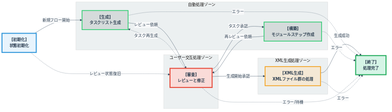
Earlier version of the Mermaid export docs/sas_langgraph_overview_ja_simplified.png (yyren7/visual_workflow_editor). Its source is kept beside it as docs/sas_langgraph_overview_ja_simplified.mmd. Its diagram source:
```mermaid
%%{init: {
  'theme': 'base',
  'themeVariables': {
    'primaryColor': '#E8F4FD',
    'primaryTextColor': '#2C3E50',
    'primaryBorderColor': '#3498DB',
    'lineColor': '#34495E',
    'secondaryColor': '#F8F9FA',
    'tertiaryColor': '#ECF0F1',
    'background': '#FFFFFF',
    'mainBkg': '#E8F4FD',
    'secondBkg': '#D5DBDB',
    'tertiaryBkg': '#FADBD8'
  }
}}%%

flowchart LR
    A["`**[初期化]**<br/>状態初期化`"]
    J["`**[終了]**<br/>処理完了`"]

    subgraph "自動処理ゾーン"
        direction TB
        B["`**[生成]**<br/>タスクリスト生成`"]
        D["`**[構築]**<br/>モジュールステップ作成`"]
    end

    subgraph "ユーザー交互処理ゾーン"
        direction TB
        C["`**[審査]**<br/>レビューと修正`"]
    end

    subgraph "XML生成処理ゾーン"
        direction TB
        XML_GEN["`**[XML生成]**<br/>XMLファイル群の処理`"]
    end

    A -- "新規フロー開始" --> B
    B -- "レビュー依頼" --> C
    C -- "タスク承認" --> D
    D -- "再レビュー依頼" --> C
    C -- "生成開始承認" --> XML_GEN
    XML_GEN -- "生成成功" --> J

    A -. "レビュー状態復旧" .-> C
    C -. "タスク再生成" .-> B

    B -.->|"エラー"| J
    D -.->|"エラー"| J
    C -.->|"エラー/待機"| J
    XML_GEN -.->|"エラー"| J

    classDef initNode fill:#E8F4FD,stroke:#3498DB,stroke-width:4px,color:#2C3E50,font-weight:bold;
    classDef processNode fill:#D5DBDB,stroke:#2ECC71,stroke-width:3px,color:#2C3E50,font-weight:bold;
    classDef reviewNode fill:#FADBD8,stroke:#E74C3C,stroke-width:4px,color:#2C3E50,font-weight:bold;
    classDef xmlNode fill:#F4E8D5,stroke:#F39C12,stroke-width:3px,color:#2C3E50,font-weight:bold;
    classDef endNode fill:#D5F4E6,stroke:#27AE60,stroke-width:4px,color:#2C3E50,font-weight:bold;

    class A initNode;
    class B,D processNode;
    class C reviewNode;
    class XML_GEN xmlNode;
    class J endNode;
```
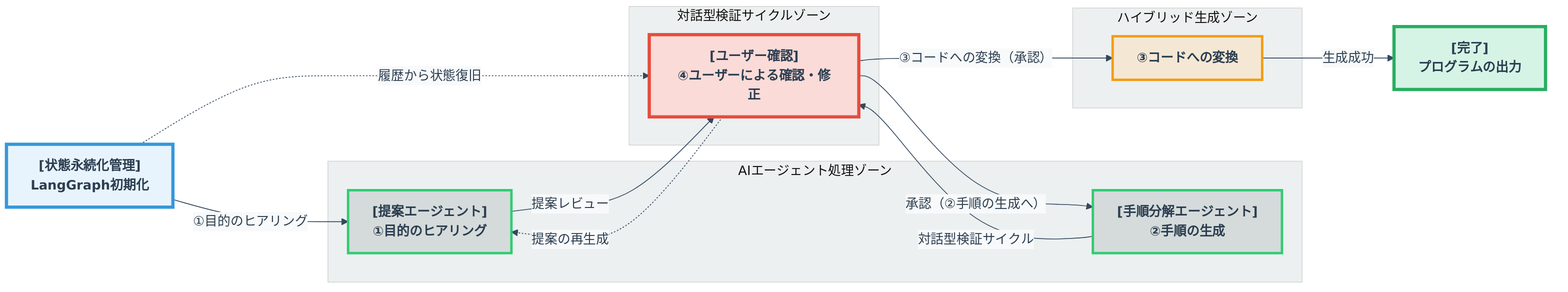
After the commit.

The edit, as a diff of the source:
```diff
@@ -15,39 +15,34 @@
 }}%%
 
 flowchart LR
-    A["`**[初期化]**<br/>状態初期化`"]
-    J["`**[終了]**<br/>処理完了`"]
+    A["`**[状態永続化管理]<br/>LangGraph初期化**`"]
+    J["`**[完了]**<br/>プログラムの出力`"]
 
-    subgraph "自動処理ゾーン"
+    subgraph "AIエージェント処理ゾーン"
         direction TB
-        B["`**[生成]**<br/>タスクリスト生成`"]
-        D["`**[構築]**<br/>モジュールステップ作成`"]
+        B["`**[提案エージェント]**<br/>①目的のヒアリング`"]
+        D["`**[手順分解エージェント]**<br/>②手順の生成`"]
     end
 
-    subgraph "ユーザー交互処理ゾーン"
+    subgraph "対話型検証サイクルゾーン"
         direction TB
-        C["`**[審査]**<br/>レビューと修正`"]
+        C["`**[ユーザー確認]**<br/>④ユーザーによる確認・修正`"]
     end
 
-    subgraph "XML生成処理ゾーン"
+    subgraph "ハイブリッド生成ゾーン"
         direction TB
-        XML_GEN["`**[XML生成]**<br/>XMLファイル群の処理`"]
+        XML_GEN["`③コードへの変換`"]
     end
 
-    A -- "新規フロー開始" --> B
-    B -- "レビュー依頼" --> C
-    C -- "タスク承認" --> D
-    D -- "再レビュー依頼" --> C
-    C -- "生成開始承認" --> XML_GEN
+    A -- "①目的のヒアリング" --> B
+    B -- "提案レビュー" --> C
+    C -- "承認（②手順の生成へ）" --> D
+    D -- "対話型検証サイクル" --> C
+    C -- "③コードへの変換（承認）" --> XML_GEN
     XML_GEN -- "生成成功" --> J
 
-    A -. "レビュー状態復旧" .-> C
-    C -. "タスク再生成" .-> B
-
-    B -.->|"エラー"| J
-    D -.->|"エラー"| J
-    C -.->|"エラー/待機"| J
-    XML_GEN -.->|"エラー"| J
+    A -. "履歴から状態復旧" .-> C
+    C -. "提案の再生成" .-> B
 
     classDef initNode fill:#E8F4FD,stroke:#3498DB,stroke-width:4px,color:#2C3E50,font-weight:bold;
     classDef processNode fill:#D5DBDB,stroke:#2ECC71,stroke-width:3px,color:#2C3E50,font-weight:bold;
```
